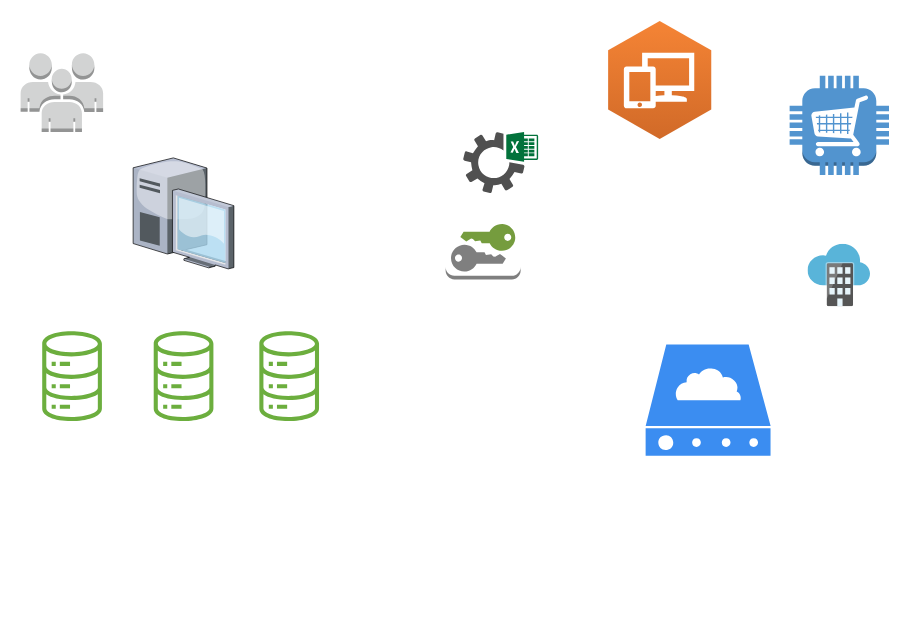
This is Untitled Diagram.drawio from amalgum/swagger-ui, a draw.io file, before an edit. Source tidied: cells renumbered, new cells numbered last; positions are measured from the earlier drawing's top-left corner, leaving out a move shared by most shapes. Both pictures are drawn from the tidied source at 125%, with x=0, y=0 at pixel (20, 20).
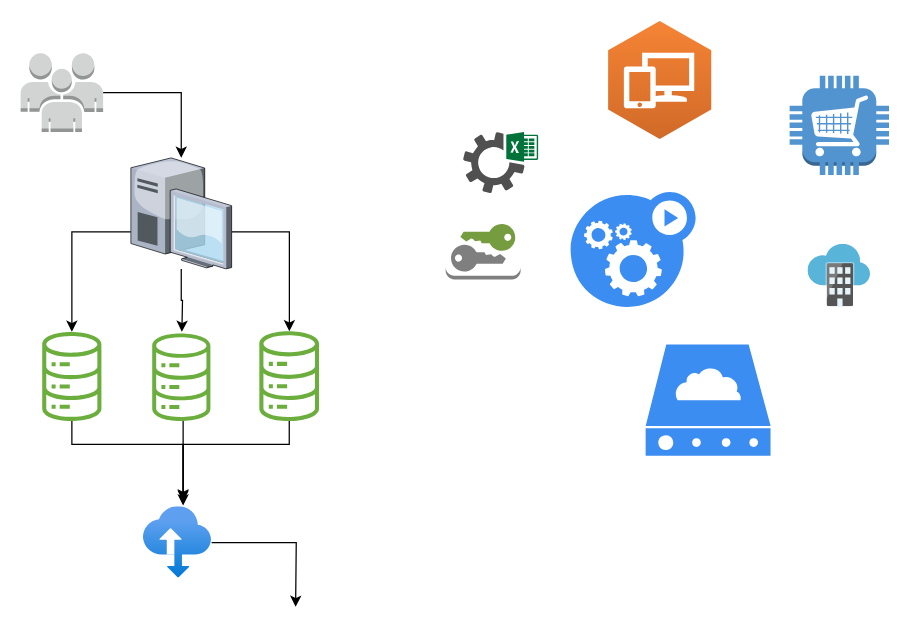
The same page after the edit.

The change refers to these unchanged cells:
```xml
<mxCell id="4" style="outlineConnect=0;dashed=0;verticalLabelPosition=bottom;verticalAlign=top;align=center;html=1;shape=mxgraph.aws3.users;fillColor=#D2D3D3;gradientColor=none;" parent="1" vertex="1">
  <mxGeometry y="26" width="66" height="63" as="geometry" />
</mxCell>
<mxCell id="10" style="sketch=0;outlineConnect=0;fontColor=#232F3E;gradientColor=none;fillColor=#6CAE3E;strokeColor=none;dashed=0;verticalLabelPosition=bottom;verticalAlign=top;align=center;html=1;fontSize=12;fontStyle=0;shape=mxgraph.aws4.iot_analytics_data_store;" parent="1" vertex="1">
  <mxGeometry x="190" y="248.5" width="49.7" height="71.8" as="geometry" />
</mxCell>
```

Diff of the diagram source:
```diff
@@
+    <mxCell id="13" style="edgeStyle=orthogonalEdgeStyle;rounded=0;jettySize=auto;html=1;" parent="1" edge="1" source="4" target="12">
+      <mxGeometry relative="1" as="geometry" />
+    </mxCell>
@@
+    <mxCell id="14" style="edgeStyle=orthogonalEdgeStyle;rounded=0;jettySize=auto;html=1;entryX=0.582;entryY=-0.07;entryDx=0;entryDy=0;entryPerimeter=0;" parent="1" edge="1" source="8" target="22">
+      <mxGeometry relative="1" as="geometry">
+        <Array as="points">
+          <mxPoint x="41" y="339" />
+          <mxPoint x="130" y="339" />
+        </Array>
+      </mxGeometry>
+    </mxCell>
     <mxCell id="8" style="sketch=0;outlineConnect=0;fontColor=#232F3E;gradientColor=none;fillColor=#6CAE3E;strokeColor=none;dashed=0;verticalLabelPosition=bottom;verticalAlign=top;align=center;html=1;fontSize=12;fontStyle=0;shape=mxgraph.aws4.iot_analytics_data_store;" parent="1" vertex="1">
-      <mxGeometry x="16.3" y="248.5" width="49.7" height="71.8" as="geometry" />
+      <mxGeometry x="16.3" y="249" width="49.3" height="71.2" as="geometry" />
     </mxCell>
+    <mxCell id="15" style="edgeStyle=orthogonalEdgeStyle;rounded=0;jettySize=auto;html=1;entryX=0.582;entryY=-0.018;entryDx=0;entryDy=0;entryPerimeter=0;" parent="1" edge="1" source="9" target="22">
+      <mxGeometry relative="1" as="geometry">
+        <Array as="points">
+          <mxPoint x="130" y="349" />
+          <mxPoint x="130" y="349" />
+        </Array>
+      </mxGeometry>
+    </mxCell>
     <mxCell id="9" style="sketch=0;outlineConnect=0;fontColor=#232F3E;gradientColor=none;fillColor=#6CAE3E;strokeColor=none;dashed=0;verticalLabelPosition=bottom;verticalAlign=top;align=center;html=1;fontSize=12;fontStyle=0;shape=mxgraph.aws4.iot_analytics_data_store;" parent="1" vertex="1">
-      <mxGeometry x="105.5" y="248.5" width="49.7" height="71.8" as="geometry" />
+      <mxGeometry x="104.3" y="250.2" width="48.5" height="70" as="geometry" />
     </mxCell>
+    <mxCell id="16" style="edgeStyle=orthogonalEdgeStyle;rounded=0;jettySize=auto;html=1;" parent="1" edge="1" source="10">
+      <mxGeometry relative="1" as="geometry">
+        <mxPoint x="130" y="384" as="targetPoint" />
+        <Array as="points">
+          <mxPoint x="215" y="339" />
+          <mxPoint x="130" y="339" />
+        </Array>
+      </mxGeometry>
+    </mxCell>
@@
+    <mxCell id="17" style="edgeStyle=orthogonalEdgeStyle;rounded=0;jettySize=auto;html=1;" parent="1" edge="1" source="12">
+      <mxGeometry relative="1" as="geometry">
+        <mxPoint x="129" y="249" as="targetPoint" />
+      </mxGeometry>
+    </mxCell>
+    <mxCell id="18" style="edgeStyle=orthogonalEdgeStyle;rounded=0;jettySize=auto;html=1;" parent="1" edge="1" source="12" target="10">
+      <mxGeometry relative="1" as="geometry">
+        <Array as="points">
+          <mxPoint x="215" y="169" />
+        </Array>
+      </mxGeometry>
+    </mxCell>
+    <mxCell id="19" style="edgeStyle=orthogonalEdgeStyle;rounded=0;jettySize=auto;html=1;" parent="1" edge="1" source="12" target="8">
+      <mxGeometry relative="1" as="geometry">
+        <Array as="points">
+          <mxPoint x="41" y="169" />
+        </Array>
+      </mxGeometry>
+    </mxCell>
     <mxCell id="12" style="verticalLabelPosition=bottom;sketch=0;html=1;verticalAlign=top;strokeColor=none;align=center;outlineConnect=0;shape=mxgraph.citrix.desktop;" parent="1" vertex="1">
-      <mxGeometry x="90" y="109.8" width="80.6" height="88.8" as="geometry" />
+      <mxGeometry x="88.2" y="109.8" width="80.6" height="88.8" as="geometry" />
     </mxCell>
+    <mxCell id="20" style="sketch=0;html=1;strokeColor=none;shadow=0;align=center;verticalAlign=top;fillColor=#3B8DF1;shape=mxgraph.gcp2.gear_load;" parent="1" vertex="1">
+      <mxGeometry x="440" y="137" width="100" height="92" as="geometry" />
+    </mxCell>
+    <mxCell id="21" style="edgeStyle=orthogonalEdgeStyle;rounded=0;jettySize=auto;html=1;" parent="1" edge="1" source="22">
+      <mxGeometry relative="1" as="geometry">
+        <mxPoint x="220" y="469" as="targetPoint" />
+      </mxGeometry>
+    </mxCell>
+    <mxCell id="22" style="html=1;points=[];align=center;image;fontSize=12;image=img/lib/azure2/storage/Import_Export_Jobs.svg;" parent="1" vertex="1">
+      <mxGeometry x="98.3" y="389" width="54.5" height="57" as="geometry" />
+    </mxCell>
```
